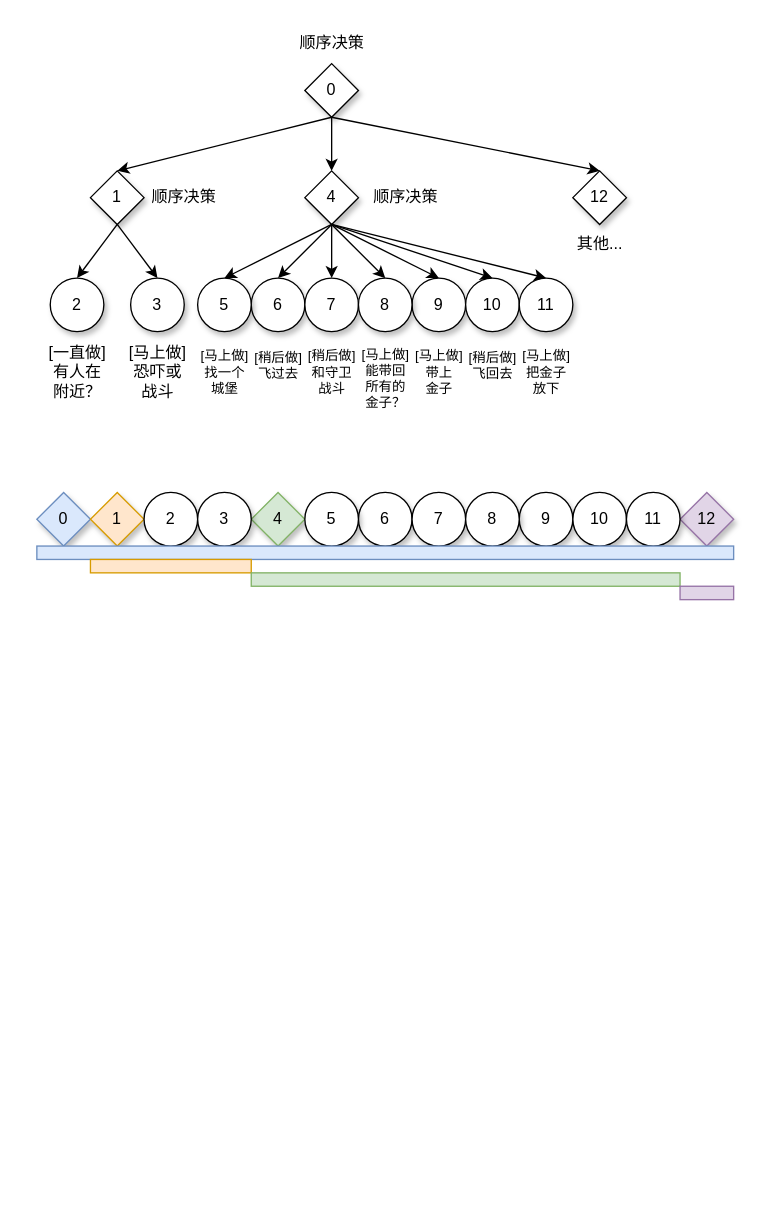
Earlier version of the draw.io diagram bt.drawio (PrimedErwin/hello-world). Source tidied: cells renumbered, new cells numbered last; positions are measured from the earlier drawing's top-left corner, leaving out a move shared by most shapes. Both pictures are drawn from the tidied source at 134%, with x=0, y=0 at pixel (29, 23).
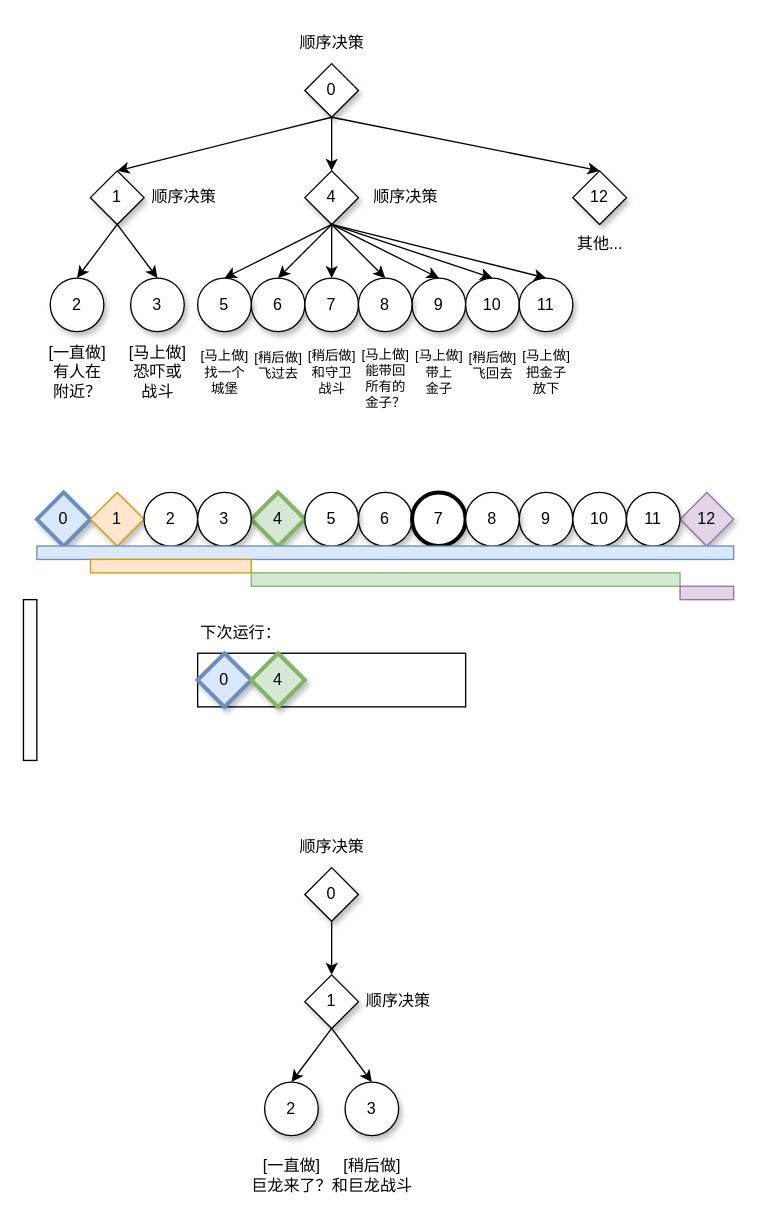
The same diagram, later.

Change to the diagram source:
```diff
@@
+    <mxCell id="57" style="rounded=0;whiteSpace=wrap;html=1;fillColor=none;" parent="1" vertex="1">
+      <mxGeometry x="125" y="470" width="200" height="40" as="geometry" />
+    </mxCell>
@@
-    <mxCell id="40" value="0" style="rhombus;whiteSpace=wrap;html=1;shadow=1;fillColor=#dae8fc;strokeColor=#6c8ebf;" parent="1" vertex="1">
+    <mxCell id="40" value="0" style="rhombus;whiteSpace=wrap;html=1;shadow=1;fillColor=#dae8fc;strokeColor=#6c8ebf;strokeWidth=3;" parent="1" vertex="1">
       <mxGeometry x="5" y="350" width="40" height="40" as="geometry" />
     </mxCell>
@@
-    <mxCell id="42" value="4" style="rhombus;whiteSpace=wrap;html=1;shadow=1;fillColor=#d5e8d4;strokeColor=#82b366;" parent="1" vertex="1">
+    <mxCell id="42" value="4" style="rhombus;whiteSpace=wrap;html=1;shadow=1;fillColor=#d5e8d4;strokeColor=#82b366;strokeWidth=3;" parent="1" vertex="1">
       <mxGeometry x="165" y="350" width="40" height="40" as="geometry" />
     </mxCell>
-    <mxCell id="43" value="1" style="rhombus;whiteSpace=wrap;html=1;shadow=1;fillColor=#ffe6cc;strokeColor=#d79b00;" parent="1" vertex="1">
+    <mxCell id="43" value="1" style="rhombus;whiteSpace=wrap;html=1;shadow=1;fillColor=#ffe6cc;strokeColor=#d79b00;strokeWidth=1;" parent="1" vertex="1">
       <mxGeometry x="45" y="350" width="40" height="40" as="geometry" />
     </mxCell>
@@
-    <mxCell id="47" value="6" style="ellipse;whiteSpace=wrap;html=1;shadow=1;" parent="1" vertex="1">
+    <mxCell id="47" value="6" style="ellipse;whiteSpace=wrap;html=1;shadow=1;strokeWidth=1;" parent="1" vertex="1">
       <mxGeometry x="245" y="350" width="40" height="40" as="geometry" />
     </mxCell>
-    <mxCell id="48" value="7" style="ellipse;whiteSpace=wrap;html=1;shadow=1;" parent="1" vertex="1">
+    <mxCell id="48" value="7" style="ellipse;whiteSpace=wrap;html=1;shadow=1;strokeWidth=3;" parent="1" vertex="1">
       <mxGeometry x="285" y="350" width="40" height="40" as="geometry" />
     </mxCell>
@@
-    <mxCell id="50" value="2" style="ellipse;whiteSpace=wrap;html=1;shadow=1;" parent="1" vertex="1">
+    <mxCell id="50" value="2" style="ellipse;whiteSpace=wrap;html=1;shadow=1;strokeWidth=1;" parent="1" vertex="1">
       <mxGeometry x="85" y="350" width="40" height="40" as="geometry" />
     </mxCell>
@@
-    <mxCell id="52" value="5" style="ellipse;whiteSpace=wrap;html=1;shadow=1;" parent="1" vertex="1">
+    <mxCell id="52" value="5" style="ellipse;whiteSpace=wrap;html=1;shadow=1;strokeWidth=1;" parent="1" vertex="1">
       <mxGeometry x="205" y="350" width="40" height="40" as="geometry" />
     </mxCell>
@@
+    <mxCell id="58" style="rounded=0;whiteSpace=wrap;html=1;" parent="1" vertex="1">
+      <mxGeometry x="-5" y="430" width="10" height="120" as="geometry" />
+    </mxCell>
+    <mxCell id="59" value="0" style="rhombus;whiteSpace=wrap;html=1;shadow=1;fillColor=#dae8fc;strokeColor=#6c8ebf;strokeWidth=3;" parent="1" vertex="1">
+      <mxGeometry x="125" y="470" width="40" height="40" as="geometry" />
+    </mxCell>
+    <mxCell id="60" value="4" style="rhombus;whiteSpace=wrap;html=1;shadow=1;fillColor=#d5e8d4;strokeColor=#82b366;strokeWidth=3;" parent="1" vertex="1">
+      <mxGeometry x="165" y="470" width="40" height="40" as="geometry" />
+    </mxCell>
+    <mxCell id="61" value="下次运行：" style="text;html=1;align=center;verticalAlign=middle;whiteSpace=wrap;rounded=0;" parent="1" vertex="1">
+      <mxGeometry x="110" y="440" width="95" height="30" as="geometry" />
+    </mxCell>
+    <mxCell id="62" value="0" style="rhombus;whiteSpace=wrap;html=1;shadow=1;" parent="1" vertex="1">
+      <mxGeometry x="205" y="630" width="40" height="40" as="geometry" />
+    </mxCell>
+    <mxCell id="63" value="1" style="rhombus;whiteSpace=wrap;html=1;shadow=1;" parent="1" vertex="1">
+      <mxGeometry x="205" y="710" width="40" height="40" as="geometry" />
+    </mxCell>
+    <mxCell id="64" value="2" style="ellipse;whiteSpace=wrap;html=1;shadow=1;" parent="1" vertex="1">
+      <mxGeometry x="175" y="790" width="40" height="40" as="geometry" />
+    </mxCell>
+    <mxCell id="65" value="3" style="ellipse;whiteSpace=wrap;html=1;shadow=1;" parent="1" vertex="1">
+      <mxGeometry x="235" y="790" width="40" height="40" as="geometry" />
+    </mxCell>
+    <mxCell id="66" style="endArrow=classic;html=1;rounded=0;exitX=0.5;exitY=1;exitDx=0;exitDy=0;entryX=0.5;entryY=0;entryDx=0;entryDy=0;" parent="1" edge="1" source="63" target="64">
+      <mxGeometry relative="1" as="geometry" />
+    </mxCell>
+    <mxCell id="67" style="endArrow=classic;html=1;rounded=0;exitX=0.5;exitY=1;exitDx=0;exitDy=0;entryX=0.5;entryY=0;entryDx=0;entryDy=0;" parent="1" edge="1" source="63" target="65">
+      <mxGeometry relative="1" as="geometry" />
+    </mxCell>
+    <mxCell id="68" style="endArrow=classic;html=1;rounded=0;exitX=0.5;exitY=1;exitDx=0;exitDy=0;entryX=0.5;entryY=0;entryDx=0;entryDy=0;" parent="1" edge="1" source="62" target="63">
+      <mxGeometry relative="1" as="geometry" />
+    </mxCell>
+    <mxCell id="69" value="顺序决策" style="text;html=1;align=center;verticalAlign=middle;strokeColor=none;fillColor=none;" parent="1" vertex="1">
+      <mxGeometry x="190" y="600" width="70" height="30" as="geometry" />
+    </mxCell>
+    <mxCell id="70" value="顺序决策" style="text;html=1;align=center;verticalAlign=middle;whiteSpace=wrap;rounded=0;" parent="1" vertex="1">
+      <mxGeometry x="245" y="715" width="60" height="30" as="geometry" />
+    </mxCell>
+    <mxCell id="71" value="[一直做]&lt;div&gt;巨龙来了？&lt;/div&gt;" style="text;html=1;align=center;verticalAlign=middle;strokeColor=none;fillColor=none;" parent="1" vertex="1">
+      <mxGeometry x="155" y="840" width="80" height="40" as="geometry" />
+    </mxCell>
+    <mxCell id="72" value="[稍后做]&lt;div&gt;和巨龙战斗&lt;/div&gt;" style="text;html=1;align=center;verticalAlign=middle;strokeColor=none;fillColor=none;" parent="1" vertex="1">
+      <mxGeometry x="215" y="840" width="80" height="40" as="geometry" />
+    </mxCell>
```
